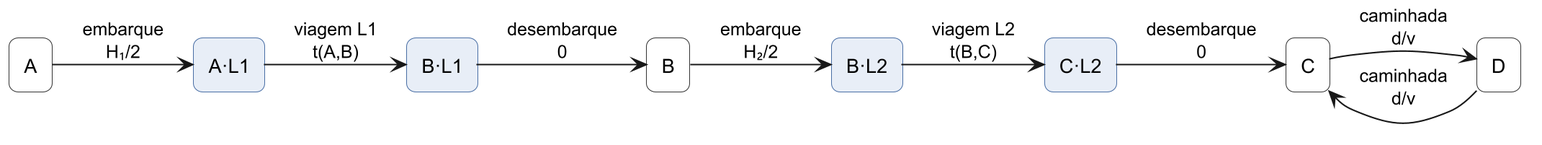
The PlantUML diagram docs/diagramas/ge-exemplo.png in henriquegdc/grafos-transporte-bh, before a commit.
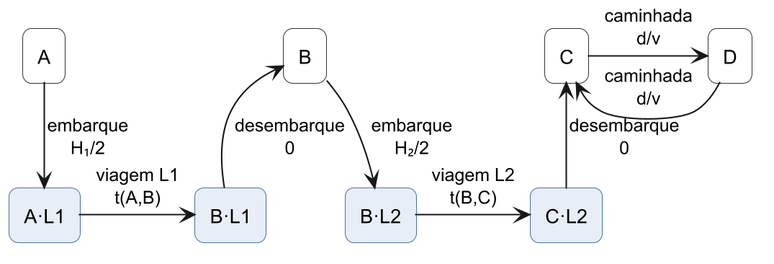
After the commit.

What changed in the source:
```diff
@@ -5,7 +5,6 @@
 skinparam shadowing false
 skinparam rectangleRoundCorner 12
 skinparam ArrowFontSize 12
-left to right direction
 hide stereotype
 
 skinparam rectangle<<parada>> {
@@ -26,12 +25,12 @@
 rectangle "B·L2" as B2 <<plataforma>>
 rectangle "C·L2" as C2 <<plataforma>>
 
-A --> A1 : embarque\nH₁/2
-A1 --> B1 : viagem L1\nt(A,B)
-B1 --> B : desembarque\n0
-B --> B2 : embarque\nH₂/2
-B2 --> C2 : viagem L2\nt(B,C)
-C2 --> C : desembarque\n0
-C --> D : caminhada\nd/v
-D --> C : caminhada\nd/v
+A -down-> A1 : embarque\nH₁/2
+A1 -right-> B1 : viagem L1\nt(A,B)
+B1 -up-> B : desembarque\n0
+B -down-> B2 : embarque\nH₂/2
+B2 -right-> C2 : viagem L2\nt(B,C)
+C2 -up-> C : desembarque\n0
+C -right-> D : caminhada\nd/v
+D -left-> C : caminhada\nd/v
 @enduml
```
